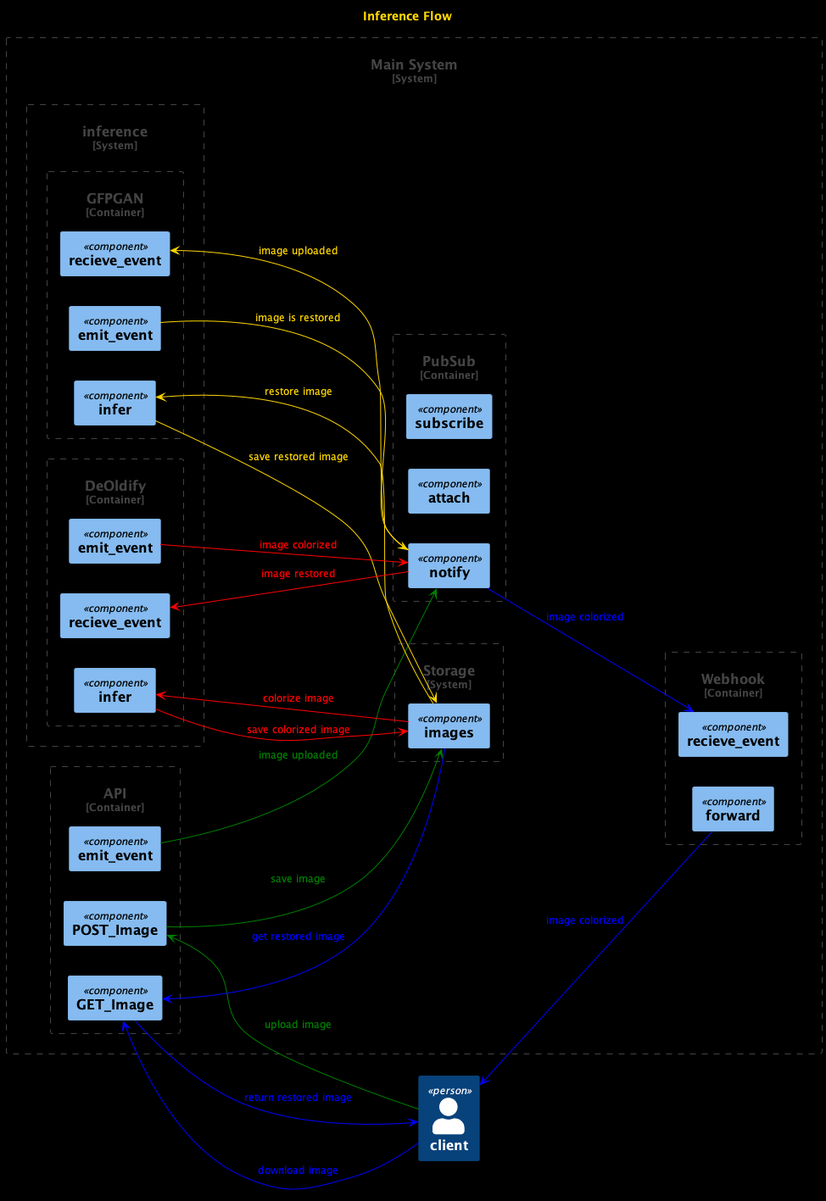
Above: planning/inference-flow.png in maxamed1st/restoreai-py (PlantUML), before the change.
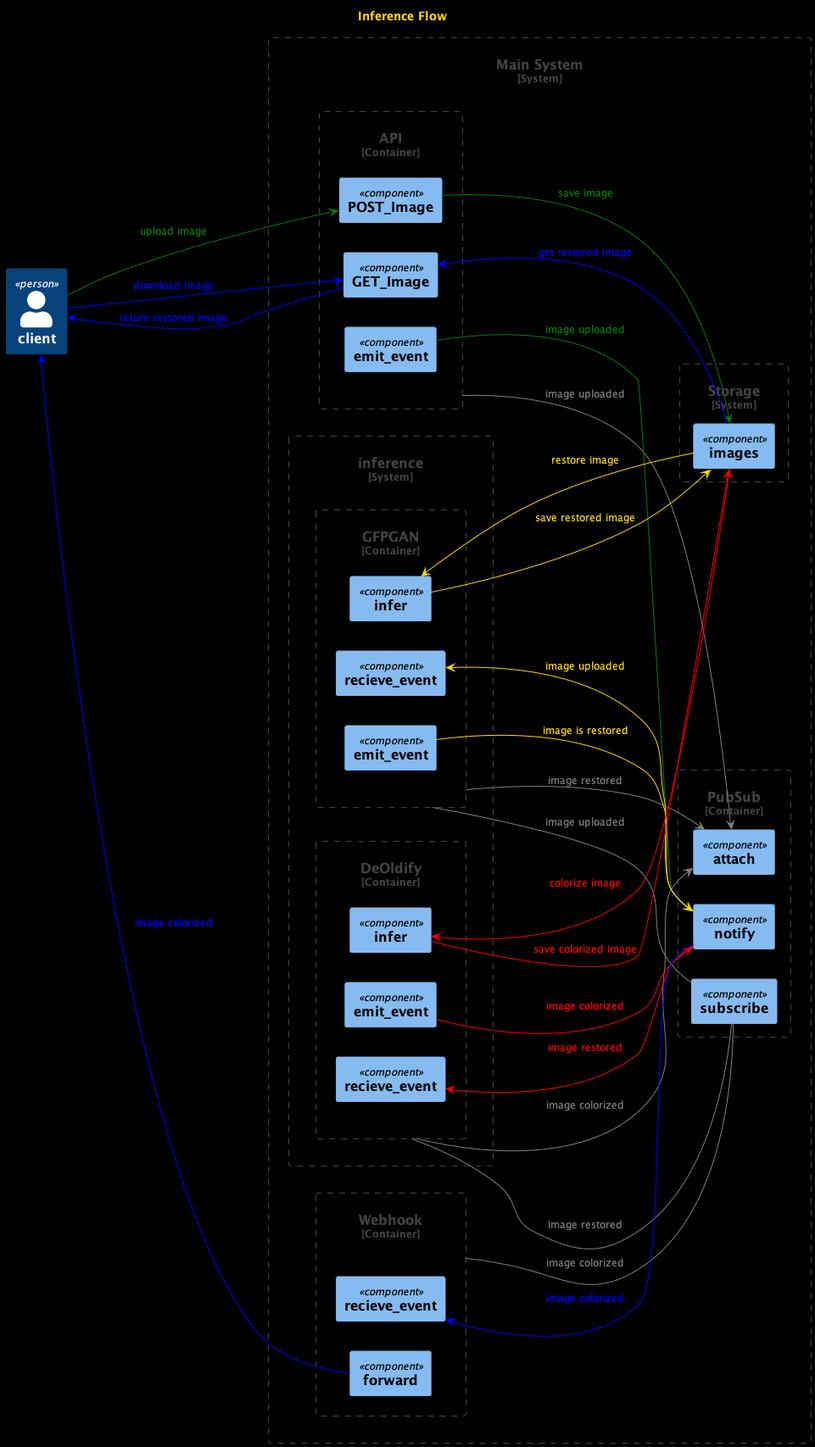
After the change.

Commit message:
/planning attach and subscribe to events

Change to the diagram source:
```diff
@@ -24,7 +24,7 @@
   }
 
   Container_Boundary(pubsub, "PubSub") {
-    Component(pubsub.susbscribe, "subscribe")
+    Component(pubsub.subscribe, "subscribe")
     Component(pubsub.attach, "attach")
     Component(pubsub.notify, "notify")
   }
@@ -52,10 +52,16 @@
     }
   }
 
-  skinparam ArrowFontColor white
-  skinparam ArrowColor white
+  skinparam ArrowFontColor gray
+  skinparam ArrowColor gray
 
+  api -> pubsub.attach: "image uploaded"
+  gfpgan -> pubsub.attach: "image restored"
+  DeOldify -> pubsub.attach: "image colorized"
 
+  gfpgan --- pubsub.subscribe: "image uploaded"
+  DeOldify --- pubsub.subscribe: "image restored"
+  webhook --- pubsub.subscribe: "image colorized"
 
   skinparam ArrowFontColor green
   skinparam ArrowColor green
```
